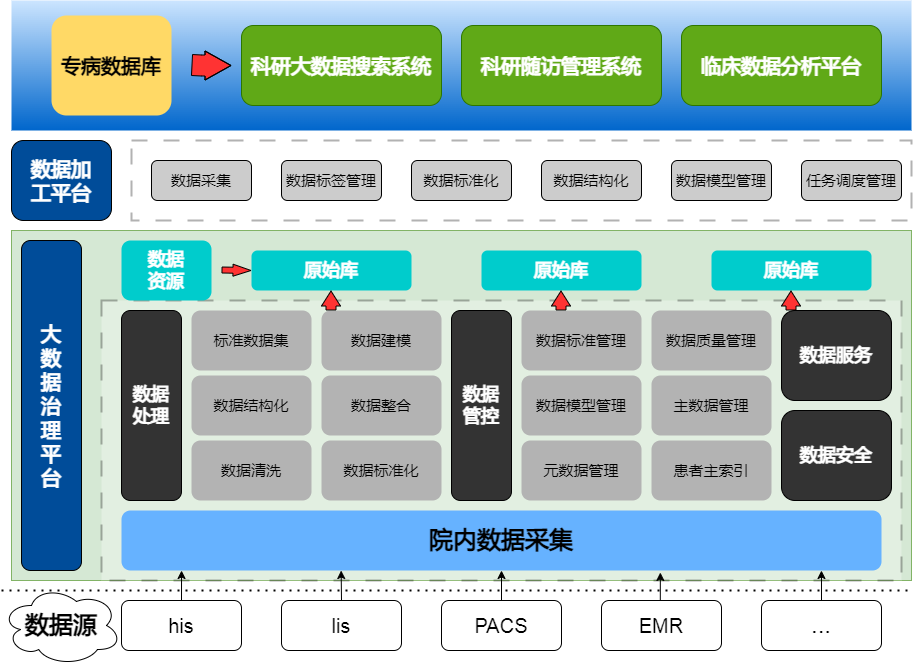
young2hao/test keeps this draw.io diagram as 未命名绘图.drawio.png. Above is the earlier version. Source tidied: cells renumbered, new cells last; positions are measured from the earlier drawing's top-left corner, leaving out a move shared by most shapes.
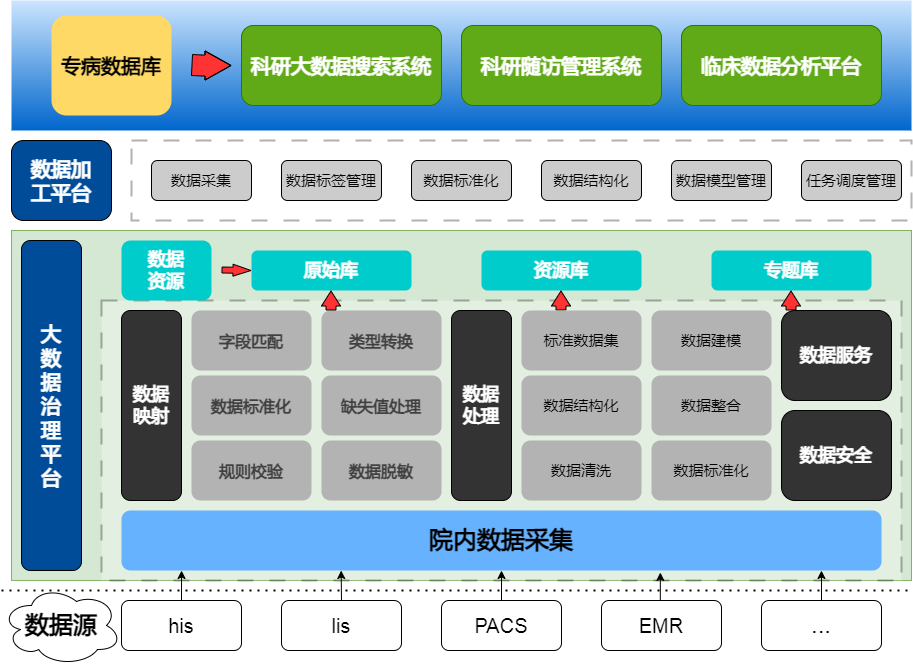
Above is the later version.

Commit message:
更新未命名绘图.drawio.png

Diff of the diagram source:
```diff
@@ -53,48 +53,27 @@
     <mxCell id="17" value="&lt;font color=&quot;#ffffff&quot; style=&quot;font-size: 20px;&quot;&gt;&lt;b style=&quot;&quot;&gt;大&lt;/b&gt;&lt;/font&gt;&lt;div style=&quot;font-size: 20px;&quot;&gt;&lt;font style=&quot;font-size: 20px;&quot; color=&quot;#ffffff&quot;&gt;&lt;b&gt;数&lt;/b&gt;&lt;/font&gt;&lt;/div&gt;&lt;div style=&quot;font-size: 20px;&quot;&gt;&lt;font style=&quot;font-size: 20px;&quot; color=&quot;#ffffff&quot;&gt;&lt;b&gt;据&lt;/b&gt;&lt;/font&gt;&lt;/div&gt;&lt;div style=&quot;font-size: 20px;&quot;&gt;&lt;font style=&quot;font-size: 20px;&quot; color=&quot;#ffffff&quot;&gt;&lt;b&gt;治&lt;/b&gt;&lt;/font&gt;&lt;/div&gt;&lt;div style=&quot;font-size: 20px;&quot;&gt;&lt;font style=&quot;font-size: 20px;&quot; color=&quot;#ffffff&quot;&gt;&lt;b&gt;理&lt;/b&gt;&lt;/font&gt;&lt;/div&gt;&lt;div style=&quot;font-size: 20px;&quot;&gt;&lt;font style=&quot;font-size: 20px;&quot; color=&quot;#ffffff&quot;&gt;&lt;b&gt;平&lt;/b&gt;&lt;/font&gt;&lt;/div&gt;&lt;div style=&quot;font-size: 20px;&quot;&gt;&lt;font style=&quot;font-size: 20px;&quot; color=&quot;#ffffff&quot;&gt;&lt;b style=&quot;&quot;&gt;台&lt;/b&gt;&lt;/font&gt;&lt;/div&gt;" style="rounded=1;whiteSpace=wrap;html=1;fillColor=#004C99;" parent="1" vertex="1">
       <mxGeometry x="20" y="240" width="60" height="330" as="geometry" />
     </mxCell>
-    <mxCell id="18" value="&lt;font style=&quot;font-size: 18px;&quot; color=&quot;#ffffff&quot;&gt;&lt;b style=&quot;&quot;&gt;数据&lt;/b&gt;&lt;/font&gt;&lt;div style=&quot;font-size: 18px;&quot;&gt;&lt;font style=&quot;font-size: 18px;&quot; color=&quot;#ffffff&quot;&gt;&lt;b style=&quot;&quot;&gt;处理&lt;/b&gt;&lt;/font&gt;&lt;/div&gt;" style="rounded=1;whiteSpace=wrap;html=1;fillColor=#333333;" parent="1" vertex="1">
+    <mxCell id="18" value="&lt;font style=&quot;font-size: 18px;&quot; color=&quot;#ffffff&quot;&gt;&lt;b style=&quot;&quot;&gt;数据&lt;/b&gt;&lt;/font&gt;&lt;div style=&quot;font-size: 18px;&quot;&gt;&lt;font color=&quot;#ffffff&quot;&gt;&lt;b&gt;映射&lt;/b&gt;&lt;/font&gt;&lt;/div&gt;" style="rounded=1;whiteSpace=wrap;html=1;fillColor=#333333;" parent="1" vertex="1">
       <mxGeometry x="120" y="310" width="60" height="190" as="geometry" />
     </mxCell>
-    <mxCell id="19" value="&lt;span style=&quot;font-size: 15px;&quot;&gt;标准数据集&lt;/span&gt;" style="rounded=1;whiteSpace=wrap;html=1;fillColor=#B3B3B3;strokeColor=none;" parent="1" vertex="1">
+    <mxCell id="19" value="&lt;strong style=&quot;color: rgb(64, 64, 64); font-family: Inter, system-ui, -apple-system, BlinkMacSystemFont, &amp;quot;Segoe UI&amp;quot;, Roboto, &amp;quot;Noto Sans&amp;quot;, Ubuntu, Cantarell, &amp;quot;Helvetica Neue&amp;quot;, Oxygen, &amp;quot;Open Sans&amp;quot;, sans-serif; font-size: 16.002px; text-align: left;&quot;&gt;字段匹配&lt;/strong&gt;" style="rounded=1;whiteSpace=wrap;html=1;fillColor=#B3B3B3;strokeColor=none;" parent="1" vertex="1">
       <mxGeometry x="190" y="310" width="120" height="60" as="geometry" />
     </mxCell>
-    <mxCell id="20" value="&lt;font style=&quot;font-size: 15px;&quot;&gt;数据建模&lt;/font&gt;" style="rounded=1;whiteSpace=wrap;html=1;fillColor=#B3B3B3;strokeColor=none;" parent="1" vertex="1">
+    <mxCell id="20" value="&lt;strong style=&quot;color: rgb(64, 64, 64); font-family: Inter, system-ui, -apple-system, BlinkMacSystemFont, &amp;quot;Segoe UI&amp;quot;, Roboto, &amp;quot;Noto Sans&amp;quot;, Ubuntu, Cantarell, &amp;quot;Helvetica Neue&amp;quot;, Oxygen, &amp;quot;Open Sans&amp;quot;, sans-serif; font-size: 16.002px; text-align: left;&quot;&gt;类型转换&lt;/strong&gt;" style="rounded=1;whiteSpace=wrap;html=1;fillColor=#B3B3B3;strokeColor=none;" parent="1" vertex="1">
       <mxGeometry x="320" y="310" width="120" height="60" as="geometry" />
     </mxCell>
-    <mxCell id="21" value="&lt;font style=&quot;font-size: 15px;&quot;&gt;数据整合&lt;/font&gt;" style="rounded=1;whiteSpace=wrap;html=1;fillColor=#B3B3B3;strokeColor=none;" parent="1" vertex="1">
+    <mxCell id="21" value="&lt;strong style=&quot;color: rgb(64, 64, 64); font-family: Inter, system-ui, -apple-system, BlinkMacSystemFont, &amp;quot;Segoe UI&amp;quot;, Roboto, &amp;quot;Noto Sans&amp;quot;, Ubuntu, Cantarell, &amp;quot;Helvetica Neue&amp;quot;, Oxygen, &amp;quot;Open Sans&amp;quot;, sans-serif; font-size: 16.002px; text-align: left;&quot;&gt;缺失值处理&lt;/strong&gt;" style="rounded=1;whiteSpace=wrap;html=1;fillColor=#B3B3B3;strokeColor=none;" parent="1" vertex="1">
       <mxGeometry x="320" y="375" width="120" height="60" as="geometry" />
     </mxCell>
-    <mxCell id="22" value="&lt;font style=&quot;font-size: 15px;&quot;&gt;数据结构化&lt;/font&gt;" style="rounded=1;whiteSpace=wrap;html=1;fillColor=#B3B3B3;strokeColor=none;" parent="1" vertex="1">
+    <mxCell id="22" value="&lt;strong style=&quot;color: rgb(64, 64, 64); font-family: Inter, system-ui, -apple-system, BlinkMacSystemFont, &amp;quot;Segoe UI&amp;quot;, Roboto, &amp;quot;Noto Sans&amp;quot;, Ubuntu, Cantarell, &amp;quot;Helvetica Neue&amp;quot;, Oxygen, &amp;quot;Open Sans&amp;quot;, sans-serif; font-size: 16.002px; text-align: left;&quot;&gt;数据标准化&lt;/strong&gt;" style="rounded=1;whiteSpace=wrap;html=1;fillColor=#B3B3B3;strokeColor=none;" parent="1" vertex="1">
       <mxGeometry x="190" y="375" width="120" height="60" as="geometry" />
     </mxCell>
-    <mxCell id="23" value="&lt;font style=&quot;font-size: 15px;&quot;&gt;数据标准化&lt;/font&gt;" style="rounded=1;whiteSpace=wrap;html=1;fillColor=#B3B3B3;strokeColor=none;" parent="1" vertex="1">
+    <mxCell id="23" value="&lt;font style=&quot;font-size: 15px;&quot;&gt;&lt;strong style=&quot;color: rgb(64, 64, 64); font-family: Inter, system-ui, -apple-system, BlinkMacSystemFont, &amp;quot;Segoe UI&amp;quot;, Roboto, &amp;quot;Noto Sans&amp;quot;, Ubuntu, Cantarell, &amp;quot;Helvetica Neue&amp;quot;, Oxygen, &amp;quot;Open Sans&amp;quot;, sans-serif; font-size: 16.002px; text-align: left;&quot;&gt;数据脱敏&lt;/strong&gt;&lt;/font&gt;" style="rounded=1;whiteSpace=wrap;html=1;fillColor=#B3B3B3;strokeColor=none;" parent="1" vertex="1">
       <mxGeometry x="320" y="440" width="120" height="60" as="geometry" />
     </mxCell>
-    <mxCell id="24" value="&lt;font style=&quot;font-size: 15px;&quot;&gt;数据清洗&lt;/font&gt;" style="rounded=1;whiteSpace=wrap;html=1;fillColor=#B3B3B3;strokeColor=none;" parent="1" vertex="1">
+    <mxCell id="24" value="&lt;strong style=&quot;color: rgb(64, 64, 64); font-family: Inter, system-ui, -apple-system, BlinkMacSystemFont, &amp;quot;Segoe UI&amp;quot;, Roboto, &amp;quot;Noto Sans&amp;quot;, Ubuntu, Cantarell, &amp;quot;Helvetica Neue&amp;quot;, Oxygen, &amp;quot;Open Sans&amp;quot;, sans-serif; font-size: 16.002px; text-align: left;&quot;&gt;规则校验&lt;/strong&gt;" style="rounded=1;whiteSpace=wrap;html=1;fillColor=#B3B3B3;strokeColor=none;" parent="1" vertex="1">
       <mxGeometry x="190" y="440" width="120" height="60" as="geometry" />
     </mxCell>
-    <mxCell id="25" value="&lt;font style=&quot;font-size: 18px;&quot; color=&quot;#ffffff&quot;&gt;&lt;b style=&quot;&quot;&gt;数据&lt;/b&gt;&lt;/font&gt;&lt;div style=&quot;font-size: 18px;&quot;&gt;&lt;font color=&quot;#ffffff&quot;&gt;&lt;b&gt;管控&lt;/b&gt;&lt;/font&gt;&lt;/div&gt;" style="rounded=1;whiteSpace=wrap;html=1;fillColor=#333333;" parent="1" vertex="1">
-      <mxGeometry x="450" y="310" width="60" height="190" as="geometry" />
-    </mxCell>
-    <mxCell id="26" value="&lt;span style=&quot;font-size: 15px;&quot;&gt;数据标准管理&lt;/span&gt;" style="rounded=1;whiteSpace=wrap;html=1;fillColor=#B3B3B3;strokeColor=none;" parent="1" vertex="1">
-      <mxGeometry x="520" y="310" width="120" height="60" as="geometry" />
-    </mxCell>
-    <mxCell id="27" value="&lt;font style=&quot;font-size: 15px;&quot;&gt;数据质量管理&lt;/font&gt;" style="rounded=1;whiteSpace=wrap;html=1;fillColor=#B3B3B3;strokeColor=none;" parent="1" vertex="1">
-      <mxGeometry x="650" y="310" width="120" height="60" as="geometry" />
-    </mxCell>
-    <mxCell id="28" value="&lt;font style=&quot;font-size: 15px;&quot;&gt;主数据管理&lt;/font&gt;" style="rounded=1;whiteSpace=wrap;html=1;fillColor=#B3B3B3;strokeColor=none;" parent="1" vertex="1">
-      <mxGeometry x="650" y="375" width="120" height="60" as="geometry" />
-    </mxCell>
-    <mxCell id="29" value="&lt;font style=&quot;font-size: 15px;&quot;&gt;数据模型管理&lt;/font&gt;" style="rounded=1;whiteSpace=wrap;html=1;fillColor=#B3B3B3;strokeColor=none;" parent="1" vertex="1">
-      <mxGeometry x="520" y="375" width="120" height="60" as="geometry" />
-    </mxCell>
-    <mxCell id="30" value="&lt;font style=&quot;font-size: 15px;&quot;&gt;患者主索引&lt;/font&gt;" style="rounded=1;whiteSpace=wrap;html=1;fillColor=#B3B3B3;strokeColor=none;" parent="1" vertex="1">
-      <mxGeometry x="650" y="440" width="120" height="60" as="geometry" />
-    </mxCell>
-    <mxCell id="31" value="&lt;font style=&quot;font-size: 15px;&quot;&gt;元数据管理&lt;/font&gt;" style="rounded=1;whiteSpace=wrap;html=1;fillColor=#B3B3B3;strokeColor=none;" parent="1" vertex="1">
-      <mxGeometry x="520" y="440" width="120" height="60" as="geometry" />
-    </mxCell>
     <mxCell id="32" value="&lt;font style=&quot;font-size: 18px;&quot; color=&quot;#ffffff&quot;&gt;&lt;b style=&quot;&quot;&gt;数据服务&lt;/b&gt;&lt;/font&gt;" style="rounded=1;whiteSpace=wrap;html=1;fillColor=#333333;" parent="1" vertex="1">
       <mxGeometry x="780" y="310" width="110" height="90" as="geometry" />
     </mxCell>
@@ -107,10 +86,10 @@
     <mxCell id="35" value="&lt;font color=&quot;#ffffff&quot;&gt;&lt;span style=&quot;font-size: 18px;&quot;&gt;&lt;b&gt;原始库&lt;/b&gt;&lt;/span&gt;&lt;/font&gt;" style="rounded=1;whiteSpace=wrap;html=1;fillColor=#00CCCC;strokeColor=none;" parent="1" vertex="1">
       <mxGeometry x="250" y="250" width="160" height="40" as="geometry" />
     </mxCell>
-    <mxCell id="36" value="&lt;font color=&quot;#ffffff&quot;&gt;&lt;span style=&quot;font-size: 18px;&quot;&gt;&lt;b&gt;原始库&lt;/b&gt;&lt;/span&gt;&lt;/font&gt;" style="rounded=1;whiteSpace=wrap;html=1;fillColor=#00CCCC;strokeColor=none;" parent="1" vertex="1">
+    <mxCell id="36" value="&lt;font color=&quot;#ffffff&quot;&gt;&lt;span style=&quot;font-size: 18px;&quot;&gt;&lt;b&gt;资源库&lt;/b&gt;&lt;/span&gt;&lt;/font&gt;" style="rounded=1;whiteSpace=wrap;html=1;fillColor=#00CCCC;strokeColor=none;" parent="1" vertex="1">
       <mxGeometry x="480" y="250" width="160" height="40" as="geometry" />
     </mxCell>
-    <mxCell id="37" value="&lt;font color=&quot;#ffffff&quot;&gt;&lt;span style=&quot;font-size: 18px;&quot;&gt;&lt;b&gt;原始库&lt;/b&gt;&lt;/span&gt;&lt;/font&gt;" style="rounded=1;whiteSpace=wrap;html=1;fillColor=#00CCCC;strokeColor=none;" parent="1" vertex="1">
+    <mxCell id="37" value="&lt;font color=&quot;#ffffff&quot;&gt;&lt;span style=&quot;font-size: 18px;&quot;&gt;&lt;b&gt;专题库&lt;/b&gt;&lt;/span&gt;&lt;/font&gt;" style="rounded=1;whiteSpace=wrap;html=1;fillColor=#00CCCC;strokeColor=none;" parent="1" vertex="1">
       <mxGeometry x="710" y="250" width="160" height="40" as="geometry" />
     </mxCell>
     <mxCell id="38" style="shape=flexArrow;endArrow=classic;html=1;rounded=0;fillColor=#FF3333;endWidth=5;endSize=5.67;width=6;entryX=0;entryY=0.5;entryDx=0;entryDy=0;" parent="1" edge="1" target="35">
@@ -184,5 +163,26 @@
         </Array>
       </mxGeometry>
     </mxCell>
+    <mxCell id="56" value="&lt;font style=&quot;font-size: 18px;&quot; color=&quot;#ffffff&quot;&gt;&lt;b style=&quot;&quot;&gt;数据&lt;/b&gt;&lt;/font&gt;&lt;div style=&quot;font-size: 18px;&quot;&gt;&lt;font style=&quot;font-size: 18px;&quot; color=&quot;#ffffff&quot;&gt;&lt;b style=&quot;&quot;&gt;处理&lt;/b&gt;&lt;/font&gt;&lt;/div&gt;" style="rounded=1;whiteSpace=wrap;html=1;fillColor=#333333;" parent="1" vertex="1">
+      <mxGeometry x="450" y="310" width="60" height="190" as="geometry" />
+    </mxCell>
+    <mxCell id="57" value="&lt;span style=&quot;font-size: 15px;&quot;&gt;标准数据集&lt;/span&gt;" style="rounded=1;whiteSpace=wrap;html=1;fillColor=#B3B3B3;strokeColor=none;" parent="1" vertex="1">
+      <mxGeometry x="520" y="310" width="120" height="60" as="geometry" />
+    </mxCell>
+    <mxCell id="58" value="&lt;font style=&quot;font-size: 15px;&quot;&gt;数据建模&lt;/font&gt;" style="rounded=1;whiteSpace=wrap;html=1;fillColor=#B3B3B3;strokeColor=none;" parent="1" vertex="1">
+      <mxGeometry x="650" y="310" width="120" height="60" as="geometry" />
+    </mxCell>
+    <mxCell id="59" value="&lt;font style=&quot;font-size: 15px;&quot;&gt;数据整合&lt;/font&gt;" style="rounded=1;whiteSpace=wrap;html=1;fillColor=#B3B3B3;strokeColor=none;" parent="1" vertex="1">
+      <mxGeometry x="650" y="375" width="120" height="60" as="geometry" />
+    </mxCell>
+    <mxCell id="60" value="&lt;font style=&quot;font-size: 15px;&quot;&gt;数据结构化&lt;/font&gt;" style="rounded=1;whiteSpace=wrap;html=1;fillColor=#B3B3B3;strokeColor=none;" parent="1" vertex="1">
+      <mxGeometry x="520" y="375" width="120" height="60" as="geometry" />
+    </mxCell>
+    <mxCell id="61" value="&lt;font style=&quot;font-size: 15px;&quot;&gt;数据标准化&lt;/font&gt;" style="rounded=1;whiteSpace=wrap;html=1;fillColor=#B3B3B3;strokeColor=none;" parent="1" vertex="1">
+      <mxGeometry x="650" y="440" width="120" height="60" as="geometry" />
+    </mxCell>
+    <mxCell id="62" value="&lt;font style=&quot;font-size: 15px;&quot;&gt;数据清洗&lt;/font&gt;" style="rounded=1;whiteSpace=wrap;html=1;fillColor=#B3B3B3;strokeColor=none;" parent="1" vertex="1">
+      <mxGeometry x="520" y="440" width="120" height="60" as="geometry" />
+    </mxCell>
   </root>
 </mxGraphModel>
```
